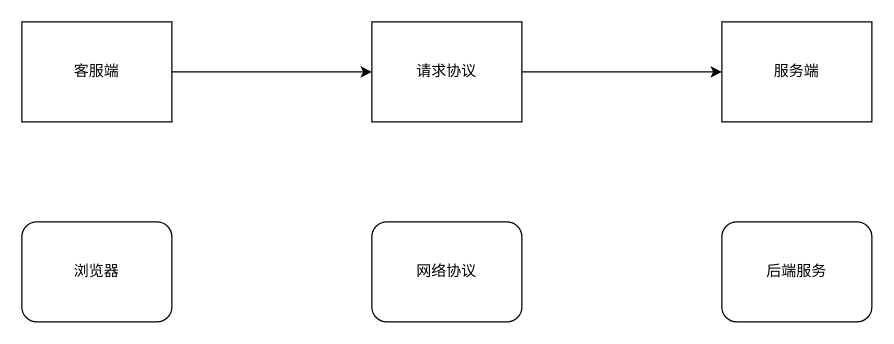
This is 数据请求.drawio from RoboertLaw/company-mall, a draw.io file, before an edit. Source tidied: cells renumbered, new cells numbered last; positions are measured from the earlier drawing's top-left corner, leaving out a move shared by most shapes. Both pictures are drawn from the tidied source at 125%, with x=0, y=0 at pixel (21, 21).
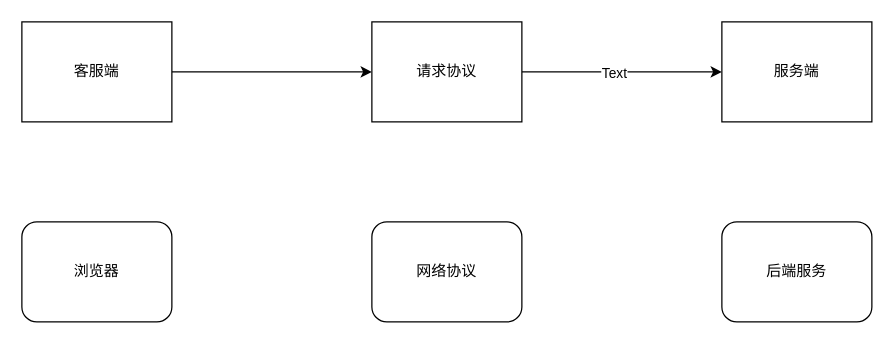
Above is the later version.

Commit message:
更新数据请求.drawio

Change to the diagram source:
```diff
@@
 <mxGraphModel>
   <root>
     <mxCell id="0" />
     <mxCell id="1" parent="0" />
     <mxCell id="2" style="edgeStyle=orthogonalEdgeStyle;rounded=0;jettySize=auto;html=1;entryX=0;entryY=0.5;entryDx=0;entryDy=0;" parent="1" edge="1" source="3" target="6">
       <mxGeometry relative="1" as="geometry" />
     </mxCell>
     <mxCell id="3" value="客服端" style="whiteSpace=wrap;html=1;" parent="1" vertex="1">
       <mxGeometry width="120" height="80" as="geometry" />
     </mxCell>
     <mxCell id="4" value="服务端" style="whiteSpace=wrap;html=1;" parent="1" vertex="1">
       <mxGeometry x="560" width="120" height="80" as="geometry" />
     </mxCell>
     <mxCell id="5" style="edgeStyle=orthogonalEdgeStyle;rounded=0;jettySize=auto;html=1;entryX=0;entryY=0.5;entryDx=0;entryDy=0;" parent="1" edge="1" source="6" target="4">
       <mxGeometry relative="1" as="geometry" />
     </mxCell>
+    <mxCell id="10" value="Text" style="edgeLabel;html=1;align=center;verticalAlign=middle;" parent="5" vertex="1">
+      <mxGeometry x="-0.09" relative="1" as="geometry" />
+    </mxCell>
     <mxCell id="6" value="请求协议" style="whiteSpace=wrap;html=1;" parent="1" vertex="1">
       <mxGeometry x="280" width="120" height="80" as="geometry" />
     </mxCell>
     <mxCell id="7" value="网络协议" style="rounded=1;whiteSpace=wrap;html=1;" parent="1" vertex="1">
       <mxGeometry x="280" y="160" width="120" height="80" as="geometry" />
     </mxCell>
     <mxCell id="8" value="浏览器" style="rounded=1;whiteSpace=wrap;html=1;" parent="1" vertex="1">
       <mxGeometry y="160" width="120" height="80" as="geometry" />
     </mxCell>
     <mxCell id="9" value="后端服务" style="rounded=1;whiteSpace=wrap;html=1;" parent="1" vertex="1">
       <mxGeometry x="560" y="160" width="120" height="80" as="geometry" />
     </mxCell>
   </root>
 </mxGraphModel>
```
